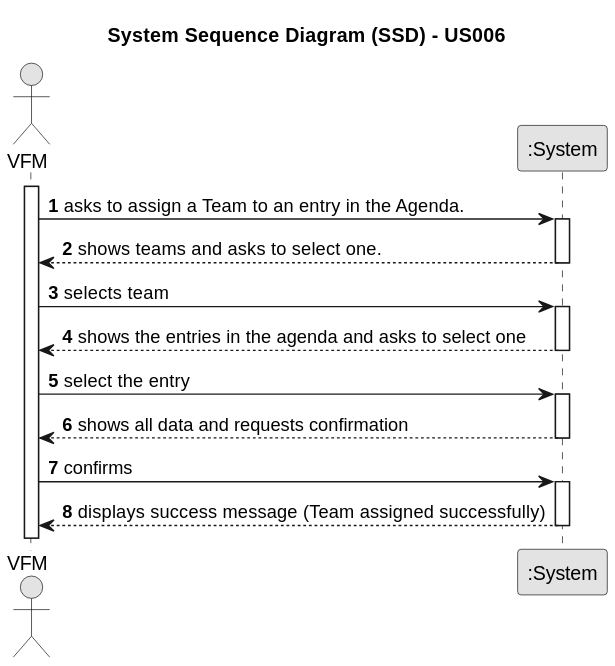
This is docs/sprintC/us023/01.requirements-engineering/svg/us023-system-sequence-diagram-alternative-one.svg from ricardomm7/leaflink, a PlantUML export, as it was before one commit. The source it was exported from:
```plantuml
@startuml
skinparam monochrome true
skinparam packageStyle rectangle
skinparam shadowing false

title System Sequence Diagram (SSD) - US006

autonumber

actor "VFM" as VFM
participant ":System" as System

activate VFM

    VFM -> System : asks to assign a Team to an entry in the Agenda.
    activate System

        System --> VFM : shows teams and asks to select one.
    deactivate System

    VFM -> System : selects team

    activate System

        System --> VFM : shows the entries in the agenda and asks to select one
    deactivate System

    VFM -> System : select the entry
    activate System

        System --> VFM : shows all data and requests confirmation
    deactivate System

    VFM -> System : confirms
    activate System

        System --> VFM :  displays success message (Team assigned successfully)
    deactivate System
@enduml
```
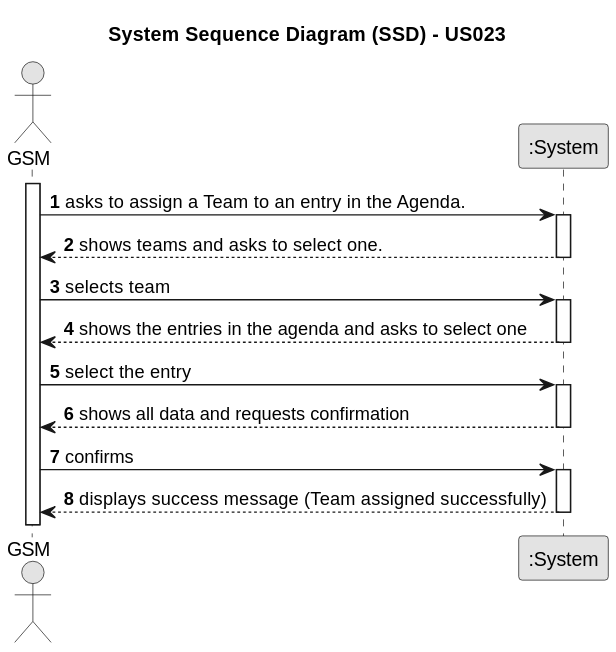
The same file after the commit.

The edit, as a diff of the source:
```diff
@@ -3,37 +3,37 @@
 skinparam packageStyle rectangle
 skinparam shadowing false
 
-title System Sequence Diagram (SSD) - US006
+title System Sequence Diagram (SSD) - US023
 
 autonumber
 
-actor "VFM" as VFM
+actor "GSM" as GSM
 participant ":System" as System
 
-activate VFM
+activate GSM
 
-    VFM -> System : asks to assign a Team to an entry in the Agenda.
+    GSM -> System : asks to assign a Team to an entry in the Agenda.
     activate System
 
-        System --> VFM : shows teams and asks to select one.
+        System --> GSM : shows teams and asks to select one.
     deactivate System
 
-    VFM -> System : selects team
+    GSM -> System : selects team
 
     activate System
 
-        System --> VFM : shows the entries in the agenda and asks to select one
+        System --> GSM : shows the entries in the agenda and asks to select one
     deactivate System
 
-    VFM -> System : select the entry
+    GSM -> System : select the entry
     activate System
 
-        System --> VFM : shows all data and requests confirmation
+        System --> GSM : shows all data and requests confirmation
     deactivate System
 
-    VFM -> System : confirms
+    GSM -> System : confirms
     activate System
 
-        System --> VFM :  displays success message (Team assigned successfully)
+        System --> GSM :  displays success message (Team assigned successfully)
     deactivate System
 @enduml
```
